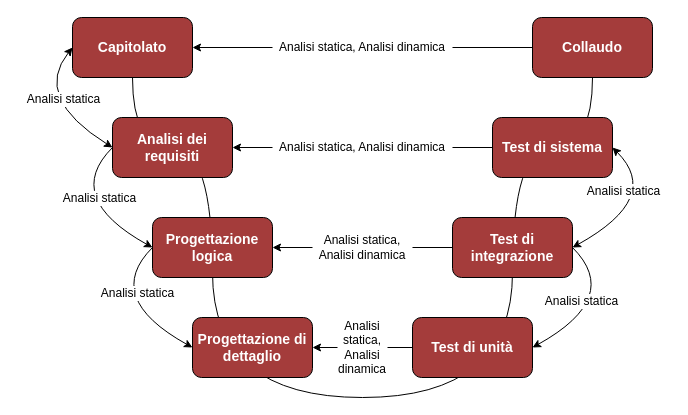
This is DocumentazioneEsterna/PianoDiQualifica/sezioni/draw.io/Modello_a_V.drawio from qb-team/Stalker-Documentazione, a draw.io file, before an edit. Source tidied: cells renumbered, new cells numbered last; positions are measured from the earlier drawing's top-left corner, leaving out a move shared by most shapes. Both pictures are drawn from the tidied source at 100%, with x=0, y=0 at pixel (32, 17).
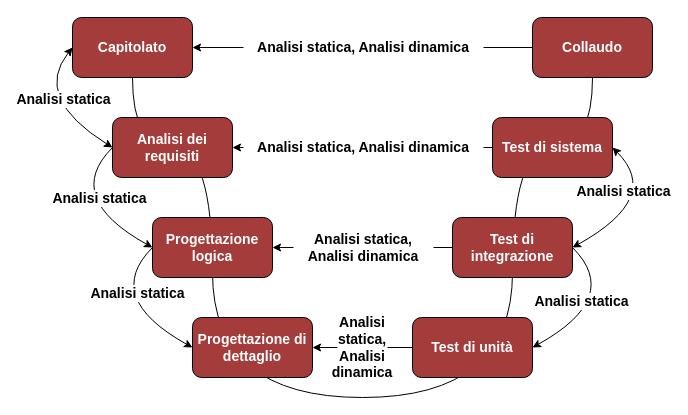
After the change.

Commit message (it also covers changes not shown here):
#61 modificata immagine e progetto immagine per modello a v

The change refers to these unchanged cells:
```xml
<mxCell id="8" value="&lt;b style=&quot;font-size: 14px;&quot;&gt;Progettazione logica&lt;/b&gt;" style="rounded=1;whiteSpace=wrap;html=1;fillColor=#A43C3B;gradientColor=none;gradientDirection=north;fontColor=#FFFFFF;fontSize=14;" parent="1" vertex="1">
  <mxGeometry x="120" y="200" width="120" height="60" as="geometry" />
</mxCell>
<mxCell id="16" style="endArrow=classic;html=1;exitX=0;exitY=0.5;exitDx=0;exitDy=0;entryX=0;entryY=0.5;entryDx=0;entryDy=0;startArrow=classic;startFill=1;curved=1;" parent="1" edge="1" source="2" target="6">
  <mxGeometry relative="1" as="geometry">
    <Array as="points">
      <mxPoint y="80" />
    </Array>
  </mxGeometry>
</mxCell>
<mxCell id="18" style="endArrow=classic;html=1;exitX=0;exitY=0.5;exitDx=0;exitDy=0;entryX=0;entryY=0.5;entryDx=0;entryDy=0;curved=1;" parent="1" edge="1" source="6" target="8">
  <mxGeometry relative="1" as="geometry">
    <Array as="points">
      <mxPoint x="30" y="180" />
    </Array>
  </mxGeometry>
</mxCell>
<mxCell id="20" style="endArrow=classic;html=1;exitX=0;exitY=0.5;exitDx=0;exitDy=0;entryX=0;entryY=0.5;entryDx=0;entryDy=0;curved=1;" parent="1" edge="1" source="8" target="9">
  <mxGeometry relative="1" as="geometry">
    <Array as="points">
      <mxPoint x="70" y="280" />
    </Array>
  </mxGeometry>
</mxCell>
<mxCell id="22" style="endArrow=classic;html=1;exitX=1;exitY=0.5;exitDx=0;exitDy=0;entryX=1;entryY=0.5;entryDx=0;entryDy=0;curved=1;" parent="1" edge="1" source="10" target="11">
  <mxGeometry relative="1" as="geometry">
    <Array as="points">
      <mxPoint x="590" y="280" />
    </Array>
  </mxGeometry>
</mxCell>
<mxCell id="24" style="endArrow=classic;html=1;curved=1;exitX=1;exitY=0.5;exitDx=0;exitDy=0;entryX=1;entryY=0.5;entryDx=0;entryDy=0;startArrow=classic;startFill=1;" parent="1" edge="1" source="7" target="10">
  <mxGeometry relative="1" as="geometry">
    <Array as="points">
      <mxPoint x="630" y="180" />
    </Array>
  </mxGeometry>
</mxCell>
```

Change to the diagram source:
```diff
@@
-    <mxCell id="14" style="endArrow=classic;html=1;entryX=1;entryY=0.5;entryDx=0;entryDy=0;exitX=0;exitY=0.5;exitDx=0;exitDy=0;" parent="1" edge="1" source="30" target="8">
+    <mxCell id="14" style="endArrow=classic;html=1;entryX=1;entryY=0.5;entryDx=0;entryDy=0;exitX=0;exitY=0.5;exitDx=0;exitDy=0;fontSize=14;fontStyle=1;" parent="1" edge="1" source="30" target="8">
       <mxGeometry relative="1" as="geometry" />
     </mxCell>
@@
-    <mxCell id="17" value="Analisi statica" style="text;html=1;align=center;verticalAlign=middle;labelBackgroundColor=#ffffff;" parent="16" vertex="1">
+    <mxCell id="17" value="Analisi statica" style="text;html=1;align=center;verticalAlign=middle;labelBackgroundColor=#ffffff;fontSize=14;fontStyle=1;" parent="16" vertex="1">
       <mxGeometry x="-0.42" y="25" relative="1" as="geometry" />
     </mxCell>
@@
-    <mxCell id="19" value="Analisi statica" style="text;html=1;align=center;verticalAlign=middle;labelBackgroundColor=#ffffff;" parent="18" vertex="1">
+    <mxCell id="19" value="Analisi statica" style="text;html=1;align=center;verticalAlign=middle;labelBackgroundColor=#ffffff;fontSize=14;fontStyle=1;" parent="18" vertex="1">
       <mxGeometry x="-0.48" y="26" relative="1" as="geometry" />
     </mxCell>
@@
-    <mxCell id="21" value="Analisi statica" style="text;html=1;align=center;verticalAlign=middle;labelBackgroundColor=#ffffff;" parent="20" vertex="1">
+    <mxCell id="21" value="Analisi statica" style="text;html=1;align=center;verticalAlign=middle;labelBackgroundColor=#ffffff;fontSize=14;fontStyle=1;" parent="20" vertex="1">
       <mxGeometry x="-0.5" y="21" relative="1" as="geometry" />
     </mxCell>
@@
-    <mxCell id="23" value="Analisi statica" style="text;html=1;align=center;verticalAlign=middle;labelBackgroundColor=#ffffff;" parent="22" vertex="1">
+    <mxCell id="23" value="Analisi statica" style="text;html=1;align=center;verticalAlign=middle;labelBackgroundColor=#ffffff;fontSize=14;fontStyle=1;" parent="22" vertex="1">
       <mxGeometry x="-0.49" y="-32" relative="1" as="geometry" />
     </mxCell>
@@
-    <mxCell id="25" value="Analisi statica" style="text;html=1;align=center;verticalAlign=middle;labelBackgroundColor=#ffffff;" parent="24" vertex="1">
+    <mxCell id="25" value="Analisi statica" style="text;html=1;align=center;verticalAlign=middle;labelBackgroundColor=#ffffff;fontSize=14;fontStyle=1;" parent="24" vertex="1">
       <mxGeometry x="-0.56" y="-23" relative="1" as="geometry" />
     </mxCell>
-    <mxCell id="26" value="Analisi statica, Analisi dinamica" style="text;html=1;strokeColor=none;fillColor=none;align=center;verticalAlign=middle;whiteSpace=wrap;rounded=0;" parent="1" vertex="1">
-      <mxGeometry x="240" y="20" width="180" height="20" as="geometry" />
+    <mxCell id="26" value="Analisi statica, Analisi dinamica" style="text;html=1;strokeColor=none;fillColor=none;align=center;verticalAlign=middle;whiteSpace=wrap;rounded=0;fontSize=14;fontStyle=1;" parent="1" vertex="1">
+      <mxGeometry x="211" y="20" width="240" height="20" as="geometry" />
     </mxCell>
@@
-    <mxCell id="28" value="Analisi statica, Analisi dinamica" style="text;html=1;strokeColor=none;fillColor=none;align=center;verticalAlign=middle;whiteSpace=wrap;rounded=0;" parent="1" vertex="1">
-      <mxGeometry x="240" y="120" width="180" height="20" as="geometry" />
+    <mxCell id="28" value="Analisi statica, Analisi dinamica" style="text;html=1;strokeColor=none;fillColor=none;align=center;verticalAlign=middle;whiteSpace=wrap;rounded=0;fontSize=14;fontStyle=1;" parent="1" vertex="1">
+      <mxGeometry x="211" y="120" width="240" height="20" as="geometry" />
     </mxCell>
@@
-    <mxCell id="30" value="Analisi statica, Analisi dinamica" style="text;html=1;strokeColor=none;fillColor=none;align=center;verticalAlign=middle;whiteSpace=wrap;rounded=0;" parent="1" vertex="1">
-      <mxGeometry x="280" y="220" width="100" height="20" as="geometry" />
+    <mxCell id="30" value="Analisi statica, Analisi dinamica" style="text;html=1;strokeColor=none;fillColor=none;align=center;verticalAlign=middle;whiteSpace=wrap;rounded=0;fontSize=14;fontStyle=1;" parent="1" vertex="1">
+      <mxGeometry x="261" y="220" width="140" height="20" as="geometry" />
     </mxCell>
@@
-    <mxCell id="32" value="Analisi statica, Analisi dinamica" style="text;html=1;strokeColor=none;fillColor=none;align=center;verticalAlign=middle;whiteSpace=wrap;rounded=0;" parent="1" vertex="1">
+    <mxCell id="32" value="Analisi statica, Analisi dinamica" style="text;html=1;strokeColor=none;fillColor=none;align=center;verticalAlign=middle;whiteSpace=wrap;rounded=0;fontSize=14;fontStyle=1;" parent="1" vertex="1">
       <mxGeometry x="305" y="320" width="50" height="20" as="geometry" />
     </mxCell>
```
